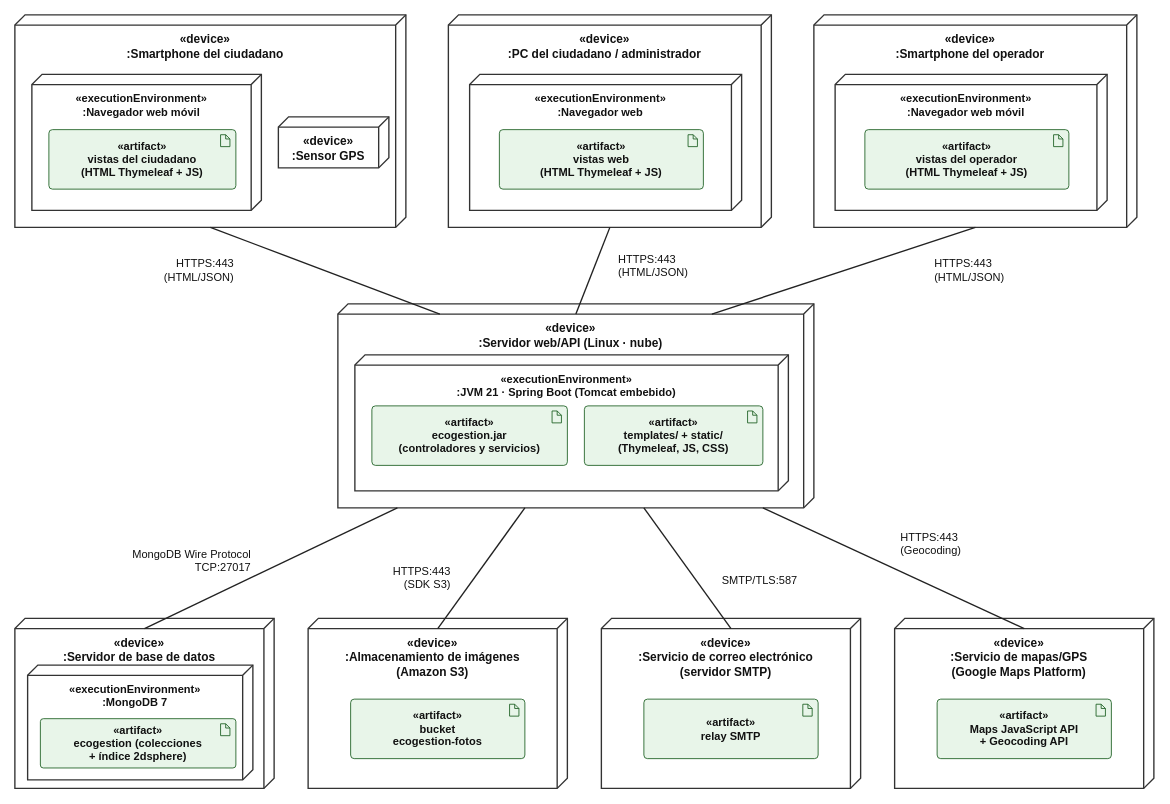
This is docs/diagramas/05-vista-despliegue.drawio from samuelvallejo/trabajo-final-dise-o-de-software-diagramas, a draw.io file, before an edit. Source tidied: cells renumbered, new cells numbered last; positions are measured from the earlier drawing's top-left corner, leaving out a move shared by most shapes. Both pictures are drawn from the tidied source at 85%, with x=0, y=0 at pixel (14, 14).
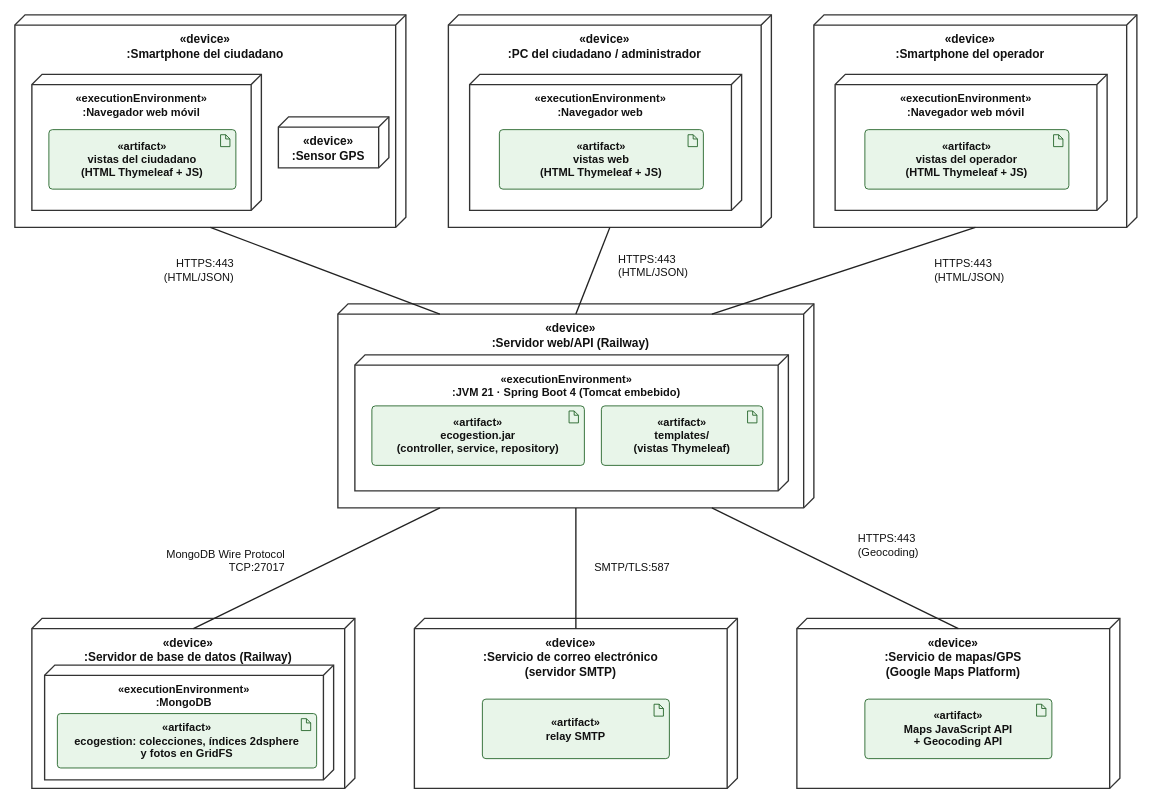
The same page after the edit.

The edit, as a diff of the source:
```diff
@@
-    <mxCell id="15" value="&amp;laquo;device&amp;raquo;&lt;br&gt;:Servidor web/API (Linux · nube)" style="shape=cube;size=12;direction=south;whiteSpace=wrap;html=1;boundedLbl=1;verticalAlign=top;align=center;fillColor=#FFFFFF;strokeColor=#333333;strokeWidth=1.6;fontFamily=Helvetica;fontSize=14;fontStyle=1;fontColor=#111111;spacingTop=2;" parent="1" vertex="1">
+    <mxCell id="15" value="&amp;laquo;device&amp;raquo;&lt;br&gt;:Servidor web/API (Railway)" style="shape=cube;size=12;direction=south;whiteSpace=wrap;html=1;boundedLbl=1;verticalAlign=top;align=center;fillColor=#FFFFFF;strokeColor=#333333;strokeWidth=1.6;fontFamily=Helvetica;fontSize=14;fontStyle=1;fontColor=#111111;spacingTop=2;" parent="1" vertex="1">
       <mxGeometry x="380" y="340" width="560" height="240" as="geometry" />
     </mxCell>
-    <mxCell id="16" value="&amp;laquo;executionEnvironment&amp;raquo;&lt;br&gt;:JVM 21 · Spring Boot (Tomcat embebido)" style="shape=cube;size=12;direction=south;whiteSpace=wrap;html=1;boundedLbl=1;verticalAlign=top;align=center;fillColor=#FFFFFF;strokeColor=#333333;strokeWidth=1.6;fontFamily=Helvetica;fontSize=13;fontStyle=1;fontColor=#111111;spacingTop=2;" parent="1" vertex="1">
+    <mxCell id="16" value="&amp;laquo;executionEnvironment&amp;raquo;&lt;br&gt;:JVM 21 · Spring Boot 4 (Tomcat embebido)" style="shape=cube;size=12;direction=south;whiteSpace=wrap;html=1;boundedLbl=1;verticalAlign=top;align=center;fillColor=#FFFFFF;strokeColor=#333333;strokeWidth=1.6;fontFamily=Helvetica;fontSize=13;fontStyle=1;fontColor=#111111;spacingTop=2;" parent="1" vertex="1">
       <mxGeometry x="400" y="400" width="510" height="160" as="geometry" />
     </mxCell>
-    <mxCell id="17" value="&amp;laquo;artifact&amp;raquo;&lt;br&gt;ecogestion.jar&lt;br&gt;(controladores y servicios)" style="rounded=1;arcSize=6;whiteSpace=wrap;html=1;fillColor=#E8F5E9;strokeColor=#1B5E20;fontFamily=Helvetica;fontSize=13;fontStyle=1;fontColor=#111111;verticalAlign=middle;" parent="1" vertex="1">
-      <mxGeometry x="420" y="460" width="230" height="70" as="geometry" />
+    <mxCell id="17" value="&amp;laquo;artifact&amp;raquo;&lt;br&gt;ecogestion.jar&lt;br&gt;(controller, service, repository)" style="rounded=1;arcSize=6;whiteSpace=wrap;html=1;fillColor=#E8F5E9;strokeColor=#1B5E20;fontFamily=Helvetica;fontSize=13;fontStyle=1;fontColor=#111111;verticalAlign=middle;" parent="1" vertex="1">
+      <mxGeometry x="420" y="460" width="250" height="70" as="geometry" />
     </mxCell>
     <mxCell id="18" style="shape=note;size=5;html=1;fillColor=#E8F5E9;strokeColor=#1B5E20;" parent="1" vertex="1">
-      <mxGeometry x="632" y="466" width="11" height="14" as="geometry" />
+      <mxGeometry x="652" y="466" width="11" height="14" as="geometry" />
     </mxCell>
-    <mxCell id="19" value="&amp;laquo;artifact&amp;raquo;&lt;br&gt;templates/ + static/&lt;br&gt;(Thymeleaf, JS, CSS)" style="rounded=1;arcSize=6;whiteSpace=wrap;html=1;fillColor=#E8F5E9;strokeColor=#1B5E20;fontFamily=Helvetica;fontSize=13;fontStyle=1;fontColor=#111111;verticalAlign=middle;" parent="1" vertex="1">
-      <mxGeometry x="670" y="460" width="210" height="70" as="geometry" />
+    <mxCell id="19" value="&amp;laquo;artifact&amp;raquo;&lt;br&gt;templates/&lt;br&gt;(vistas Thymeleaf)" style="rounded=1;arcSize=6;whiteSpace=wrap;html=1;fillColor=#E8F5E9;strokeColor=#1B5E20;fontFamily=Helvetica;fontSize=13;fontStyle=1;fontColor=#111111;verticalAlign=middle;" parent="1" vertex="1">
+      <mxGeometry x="690" y="460" width="190" height="70" as="geometry" />
     </mxCell>
@@
-    <mxCell id="21" value="&amp;laquo;device&amp;raquo;&lt;br&gt;:Servidor de base de datos" style="shape=cube;size=12;direction=south;whiteSpace=wrap;html=1;boundedLbl=1;verticalAlign=top;align=center;fillColor=#FFFFFF;strokeColor=#333333;strokeWidth=1.6;fontFamily=Helvetica;fontSize=14;fontStyle=1;fontColor=#111111;spacingTop=2;" parent="1" vertex="1">
-      <mxGeometry y="710" width="305" height="200" as="geometry" />
+    <mxCell id="21" value="&amp;laquo;device&amp;raquo;&lt;br&gt;:Servidor de base de datos (Railway)" style="shape=cube;size=12;direction=south;whiteSpace=wrap;html=1;boundedLbl=1;verticalAlign=top;align=center;fillColor=#FFFFFF;strokeColor=#333333;strokeWidth=1.6;fontFamily=Helvetica;fontSize=14;fontStyle=1;fontColor=#111111;spacingTop=2;" parent="1" vertex="1">
+      <mxGeometry x="20" y="710" width="380" height="200" as="geometry" />
     </mxCell>
-    <mxCell id="22" value="&amp;laquo;executionEnvironment&amp;raquo;&lt;br&gt;:MongoDB 7" style="shape=cube;size=12;direction=south;whiteSpace=wrap;html=1;boundedLbl=1;verticalAlign=top;align=center;fillColor=#FFFFFF;strokeColor=#333333;strokeWidth=1.6;fontFamily=Helvetica;fontSize=13;fontStyle=1;fontColor=#111111;spacingTop=2;" parent="1" vertex="1">
-      <mxGeometry x="15" y="765" width="265" height="135" as="geometry" />
+    <mxCell id="22" value="&amp;laquo;executionEnvironment&amp;raquo;&lt;br&gt;:MongoDB" style="shape=cube;size=12;direction=south;whiteSpace=wrap;html=1;boundedLbl=1;verticalAlign=top;align=center;fillColor=#FFFFFF;strokeColor=#333333;strokeWidth=1.6;fontFamily=Helvetica;fontSize=13;fontStyle=1;fontColor=#111111;spacingTop=2;" parent="1" vertex="1">
+      <mxGeometry x="35" y="765" width="340" height="135" as="geometry" />
     </mxCell>
-    <mxCell id="23" value="&amp;laquo;artifact&amp;raquo;&lt;br&gt;ecogestion (colecciones&lt;br&gt;+ índice 2dsphere)" style="rounded=1;arcSize=6;whiteSpace=wrap;html=1;fillColor=#E8F5E9;strokeColor=#1B5E20;fontFamily=Helvetica;fontSize=13;fontStyle=1;fontColor=#111111;verticalAlign=middle;" parent="1" vertex="1">
-      <mxGeometry x="30" y="828" width="230" height="58" as="geometry" />
+    <mxCell id="23" value="&amp;laquo;artifact&amp;raquo;&lt;br&gt;ecogestion: colecciones, índices 2dsphere&lt;br&gt;y fotos en GridFS" style="rounded=1;arcSize=6;whiteSpace=wrap;html=1;fillColor=#E8F5E9;strokeColor=#1B5E20;fontFamily=Helvetica;fontSize=13;fontStyle=1;fontColor=#111111;verticalAlign=middle;" parent="1" vertex="1">
+      <mxGeometry x="50" y="822" width="305" height="64" as="geometry" />
     </mxCell>
     <mxCell id="24" style="shape=note;size=5;html=1;fillColor=#E8F5E9;strokeColor=#1B5E20;" parent="1" vertex="1">
-      <mxGeometry x="242" y="834" width="11" height="14" as="geometry" />
+      <mxGeometry x="337" y="828" width="11" height="14" as="geometry" />
     </mxCell>
-    <mxCell id="25" value="&amp;laquo;device&amp;raquo;&lt;br&gt;:Almacenamiento de imágenes&lt;br&gt;(Amazon S3)" style="shape=cube;size=12;direction=south;whiteSpace=wrap;html=1;boundedLbl=1;verticalAlign=top;align=center;fillColor=#FFFFFF;strokeColor=#333333;strokeWidth=1.6;fontFamily=Helvetica;fontSize=14;fontStyle=1;fontColor=#111111;spacingTop=2;" parent="1" vertex="1">
-      <mxGeometry x="345" y="710" width="305" height="200" as="geometry" />
+    <mxCell id="25" value="&amp;laquo;device&amp;raquo;&lt;br&gt;:Servicio de correo electrónico&lt;br&gt;(servidor SMTP)" style="shape=cube;size=12;direction=south;whiteSpace=wrap;html=1;boundedLbl=1;verticalAlign=top;align=center;fillColor=#FFFFFF;strokeColor=#333333;strokeWidth=1.6;fontFamily=Helvetica;fontSize=14;fontStyle=1;fontColor=#111111;spacingTop=2;" parent="1" vertex="1">
+      <mxGeometry x="470" y="710" width="380" height="200" as="geometry" />
     </mxCell>
-    <mxCell id="26" value="&amp;laquo;artifact&amp;raquo;&lt;br&gt;bucket&lt;br&gt;ecogestion-fotos" style="rounded=1;arcSize=6;whiteSpace=wrap;html=1;fillColor=#E8F5E9;strokeColor=#1B5E20;fontFamily=Helvetica;fontSize=13;fontStyle=1;fontColor=#111111;verticalAlign=middle;" parent="1" vertex="1">
-      <mxGeometry x="395" y="805" width="205" height="70" as="geometry" />
+    <mxCell id="26" value="&amp;laquo;artifact&amp;raquo;&lt;br&gt;relay SMTP" style="rounded=1;arcSize=6;whiteSpace=wrap;html=1;fillColor=#E8F5E9;strokeColor=#1B5E20;fontFamily=Helvetica;fontSize=13;fontStyle=1;fontColor=#111111;verticalAlign=middle;" parent="1" vertex="1">
+      <mxGeometry x="550" y="805" width="220" height="70" as="geometry" />
     </mxCell>
     <mxCell id="27" style="shape=note;size=5;html=1;fillColor=#E8F5E9;strokeColor=#1B5E20;" parent="1" vertex="1">
-      <mxGeometry x="582" y="811" width="11" height="14" as="geometry" />
+      <mxGeometry x="752" y="811" width="11" height="14" as="geometry" />
     </mxCell>
-    <mxCell id="28" value="&amp;laquo;device&amp;raquo;&lt;br&gt;:Servicio de correo electrónico&lt;br&gt;(servidor SMTP)" style="shape=cube;size=12;direction=south;whiteSpace=wrap;html=1;boundedLbl=1;verticalAlign=top;align=center;fillColor=#FFFFFF;strokeColor=#333333;strokeWidth=1.6;fontFamily=Helvetica;fontSize=14;fontStyle=1;fontColor=#111111;spacingTop=2;" parent="1" vertex="1">
-      <mxGeometry x="690" y="710" width="305" height="200" as="geometry" />
+    <mxCell id="28" value="&amp;laquo;device&amp;raquo;&lt;br&gt;:Servicio de mapas/GPS&lt;br&gt;(Google Maps Platform)" style="shape=cube;size=12;direction=south;whiteSpace=wrap;html=1;boundedLbl=1;verticalAlign=top;align=center;fillColor=#FFFFFF;strokeColor=#333333;strokeWidth=1.6;fontFamily=Helvetica;fontSize=14;fontStyle=1;fontColor=#111111;spacingTop=2;" parent="1" vertex="1">
+      <mxGeometry x="920" y="710" width="380" height="200" as="geometry" />
     </mxCell>
-    <mxCell id="29" value="&amp;laquo;artifact&amp;raquo;&lt;br&gt;relay SMTP" style="rounded=1;arcSize=6;whiteSpace=wrap;html=1;fillColor=#E8F5E9;strokeColor=#1B5E20;fontFamily=Helvetica;fontSize=13;fontStyle=1;fontColor=#111111;verticalAlign=middle;" parent="1" vertex="1">
-      <mxGeometry x="740" y="805" width="205" height="70" as="geometry" />
+    <mxCell id="29" value="&amp;laquo;artifact&amp;raquo;&lt;br&gt;Maps JavaScript API&lt;br&gt;+ Geocoding API" style="rounded=1;arcSize=6;whiteSpace=wrap;html=1;fillColor=#E8F5E9;strokeColor=#1B5E20;fontFamily=Helvetica;fontSize=13;fontStyle=1;fontColor=#111111;verticalAlign=middle;" parent="1" vertex="1">
+      <mxGeometry x="1000" y="805" width="220" height="70" as="geometry" />
     </mxCell>
     <mxCell id="30" style="shape=note;size=5;html=1;fillColor=#E8F5E9;strokeColor=#1B5E20;" parent="1" vertex="1">
-      <mxGeometry x="927" y="811" width="11" height="14" as="geometry" />
+      <mxGeometry x="1202" y="811" width="11" height="14" as="geometry" />
     </mxCell>
-    <mxCell id="31" value="&amp;laquo;device&amp;raquo;&lt;br&gt;:Servicio de mapas/GPS&lt;br&gt;(Google Maps Platform)" style="shape=cube;size=12;direction=south;whiteSpace=wrap;html=1;boundedLbl=1;verticalAlign=top;align=center;fillColor=#FFFFFF;strokeColor=#333333;strokeWidth=1.6;fontFamily=Helvetica;fontSize=14;fontStyle=1;fontColor=#111111;spacingTop=2;" parent="1" vertex="1">
-      <mxGeometry x="1035" y="710" width="305" height="200" as="geometry" />
+    <mxCell id="31" style="endArrow=none;html=1;strokeWidth=1.6;strokeColor=#222222;" parent="1" edge="1">
+      <mxGeometry relative="1" as="geometry">
+        <mxPoint x="230" y="250" as="sourcePoint" />
+        <mxPoint x="500" y="352" as="targetPoint" />
+      </mxGeometry>
     </mxCell>
-    <mxCell id="32" value="&amp;laquo;artifact&amp;raquo;&lt;br&gt;Maps JavaScript API&lt;br&gt;+ Geocoding API" style="rounded=1;arcSize=6;whiteSpace=wrap;html=1;fillColor=#E8F5E9;strokeColor=#1B5E20;fontFamily=Helvetica;fontSize=13;fontStyle=1;fontColor=#111111;verticalAlign=middle;" parent="1" vertex="1">
-      <mxGeometry x="1085" y="805" width="205" height="70" as="geometry" />
+    <mxCell id="32" value="HTTPS:443&lt;br&gt;(HTML/JSON)" style="text;html=1;whiteSpace=wrap;fontFamily=Helvetica;fontSize=13;fontColor=#111111;align=right;verticalAlign=middle;" parent="1" vertex="1">
+      <mxGeometry x="110" y="280" width="150" height="40" as="geometry" />
     </mxCell>
-    <mxCell id="33" style="shape=note;size=5;html=1;fillColor=#E8F5E9;strokeColor=#1B5E20;" parent="1" vertex="1">
-      <mxGeometry x="1272" y="811" width="11" height="14" as="geometry" />
+    <mxCell id="33" style="endArrow=none;html=1;strokeWidth=1.6;strokeColor=#222222;" parent="1" edge="1">
+      <mxGeometry relative="1" as="geometry">
+        <mxPoint x="700" y="250" as="sourcePoint" />
+        <mxPoint x="660" y="352" as="targetPoint" />
+      </mxGeometry>
     </mxCell>
-    <mxCell id="34" style="endArrow=none;html=1;strokeWidth=1.6;strokeColor=#222222;" parent="1" edge="1">
-      <mxGeometry relative="1" as="geometry">
-        <mxPoint x="230" y="250" as="sourcePoint" />
-        <mxPoint x="500" y="352" as="targetPoint" />
-      </mxGeometry>
+    <mxCell id="34" value="HTTPS:443&lt;br&gt;(HTML/JSON)" style="text;html=1;whiteSpace=wrap;fontFamily=Helvetica;fontSize=13;fontColor=#111111;align=left;verticalAlign=middle;" parent="1" vertex="1">
+      <mxGeometry x="708" y="275" width="150" height="40" as="geometry" />
     </mxCell>
-    <mxCell id="35" value="HTTPS:443&lt;br&gt;(HTML/JSON)" style="text;html=1;whiteSpace=wrap;fontFamily=Helvetica;fontSize=13;fontColor=#111111;align=right;verticalAlign=middle;" parent="1" vertex="1">
-      <mxGeometry x="110" y="280" width="150" height="40" as="geometry" />
+    <mxCell id="35" style="endArrow=none;html=1;strokeWidth=1.6;strokeColor=#222222;" parent="1" edge="1">
+      <mxGeometry relative="1" as="geometry">
+        <mxPoint x="1130" y="250" as="sourcePoint" />
+        <mxPoint x="820" y="352" as="targetPoint" />
+      </mxGeometry>
     </mxCell>
-    <mxCell id="36" style="endArrow=none;html=1;strokeWidth=1.6;strokeColor=#222222;" parent="1" edge="1">
-      <mxGeometry relative="1" as="geometry">
-        <mxPoint x="700" y="250" as="sourcePoint" />
-        <mxPoint x="660" y="352" as="targetPoint" />
-      </mxGeometry>
+    <mxCell id="36" value="HTTPS:443&lt;br&gt;(HTML/JSON)" style="text;html=1;whiteSpace=wrap;fontFamily=Helvetica;fontSize=13;fontColor=#111111;align=left;verticalAlign=middle;" parent="1" vertex="1">
+      <mxGeometry x="1080" y="280" width="150" height="40" as="geometry" />
     </mxCell>
-    <mxCell id="37" value="HTTPS:443&lt;br&gt;(HTML/JSON)" style="text;html=1;whiteSpace=wrap;fontFamily=Helvetica;fontSize=13;fontColor=#111111;align=left;verticalAlign=middle;" parent="1" vertex="1">
-      <mxGeometry x="708" y="275" width="150" height="40" as="geometry" />
+    <mxCell id="37" style="endArrow=none;html=1;strokeWidth=1.6;strokeColor=#222222;" parent="1" edge="1">
+      <mxGeometry relative="1" as="geometry">
+        <mxPoint x="500" y="580" as="sourcePoint" />
+        <mxPoint x="210" y="722" as="targetPoint" />
+      </mxGeometry>
     </mxCell>
-    <mxCell id="38" style="endArrow=none;html=1;strokeWidth=1.6;strokeColor=#222222;" parent="1" edge="1">
-      <mxGeometry relative="1" as="geometry">
-        <mxPoint x="1130" y="250" as="sourcePoint" />
-        <mxPoint x="820" y="352" as="targetPoint" />
-      </mxGeometry>
+    <mxCell id="38" value="MongoDB Wire Protocol&lt;br&gt;TCP:27017" style="text;html=1;whiteSpace=wrap;fontFamily=Helvetica;fontSize=13;fontColor=#111111;align=right;verticalAlign=middle;" parent="1" vertex="1">
+      <mxGeometry x="130" y="620" width="190" height="44" as="geometry" />
     </mxCell>
-    <mxCell id="39" value="HTTPS:443&lt;br&gt;(HTML/JSON)" style="text;html=1;whiteSpace=wrap;fontFamily=Helvetica;fontSize=13;fontColor=#111111;align=left;verticalAlign=middle;" parent="1" vertex="1">
-      <mxGeometry x="1080" y="280" width="150" height="40" as="geometry" />
+    <mxCell id="39" style="endArrow=none;html=1;strokeWidth=1.6;strokeColor=#222222;" parent="1" edge="1">
+      <mxGeometry relative="1" as="geometry">
+        <mxPoint x="660" y="580" as="sourcePoint" />
+        <mxPoint x="660" y="722" as="targetPoint" />
+      </mxGeometry>
     </mxCell>
-    <mxCell id="40" style="endArrow=none;html=1;strokeWidth=1.6;strokeColor=#222222;" parent="1" edge="1">
-      <mxGeometry relative="1" as="geometry">
-        <mxPoint x="450" y="580" as="sourcePoint" />
-        <mxPoint x="152.5" y="722" as="targetPoint" />
-      </mxGeometry>
+    <mxCell id="40" value="SMTP/TLS:587" style="text;html=1;whiteSpace=wrap;fontFamily=Helvetica;fontSize=13;fontColor=#111111;align=left;verticalAlign=middle;" parent="1" vertex="1">
+      <mxGeometry x="680" y="635" width="130" height="30" as="geometry" />
     </mxCell>
     <mxCell id="41" style="endArrow=none;html=1;strokeWidth=1.6;strokeColor=#222222;" parent="1" edge="1">
       <mxGeometry relative="1" as="geometry">
-        <mxPoint x="600" y="580" as="sourcePoint" />
-        <mxPoint x="497.5" y="722" as="targetPoint" />
+        <mxPoint x="820" y="580" as="sourcePoint" />
+        <mxPoint x="1110" y="722" as="targetPoint" />
       </mxGeometry>
     </mxCell>
-    <mxCell id="42" style="endArrow=none;html=1;strokeWidth=1.6;strokeColor=#222222;" parent="1" edge="1">
-      <mxGeometry relative="1" as="geometry">
-        <mxPoint x="740" y="580" as="sourcePoint" />
-        <mxPoint x="842.5" y="722" as="targetPoint" />
-      </mxGeometry>
+    <mxCell id="42" value="HTTPS:443&lt;br&gt;(Geocoding)" style="text;html=1;whiteSpace=wrap;fontFamily=Helvetica;fontSize=13;fontColor=#111111;align=left;verticalAlign=middle;" parent="1" vertex="1">
+      <mxGeometry x="990" y="602" width="170" height="44" as="geometry" />
     </mxCell>
-    <mxCell id="43" style="endArrow=none;html=1;strokeWidth=1.6;strokeColor=#222222;" parent="1" edge="1">
-      <mxGeometry relative="1" as="geometry">
-        <mxPoint x="880" y="580" as="sourcePoint" />
-        <mxPoint x="1187.5" y="722" as="targetPoint" />
-      </mxGeometry>
-    </mxCell>
-    <mxCell id="44" value="MongoDB Wire Protocol&lt;br&gt;TCP:27017" style="text;html=1;whiteSpace=wrap;fontFamily=Helvetica;fontSize=13;fontColor=#111111;align=right;verticalAlign=middle;" parent="1" vertex="1">
-      <mxGeometry x="90" y="620" width="190" height="44" as="geometry" />
-    </mxCell>
-    <mxCell id="45" value="HTTPS:443&lt;br&gt;(SDK S3)" style="text;html=1;whiteSpace=wrap;fontFamily=Helvetica;fontSize=13;fontColor=#111111;align=right;verticalAlign=middle;" parent="1" vertex="1">
-      <mxGeometry x="375" y="640" width="140" height="44" as="geometry" />
-    </mxCell>
-    <mxCell id="46" value="SMTP/TLS:587" style="text;html=1;whiteSpace=wrap;fontFamily=Helvetica;fontSize=13;fontColor=#111111;align=left;verticalAlign=middle;" parent="1" vertex="1">
-      <mxGeometry x="830" y="650" width="140" height="30" as="geometry" />
-    </mxCell>
-    <mxCell id="47" value="HTTPS:443&lt;br&gt;(Geocoding)" style="text;html=1;whiteSpace=wrap;fontFamily=Helvetica;fontSize=13;fontColor=#111111;align=left;verticalAlign=middle;" parent="1" vertex="1">
-      <mxGeometry x="1040" y="600" width="150" height="44" as="geometry" />
-    </mxCell>
```
